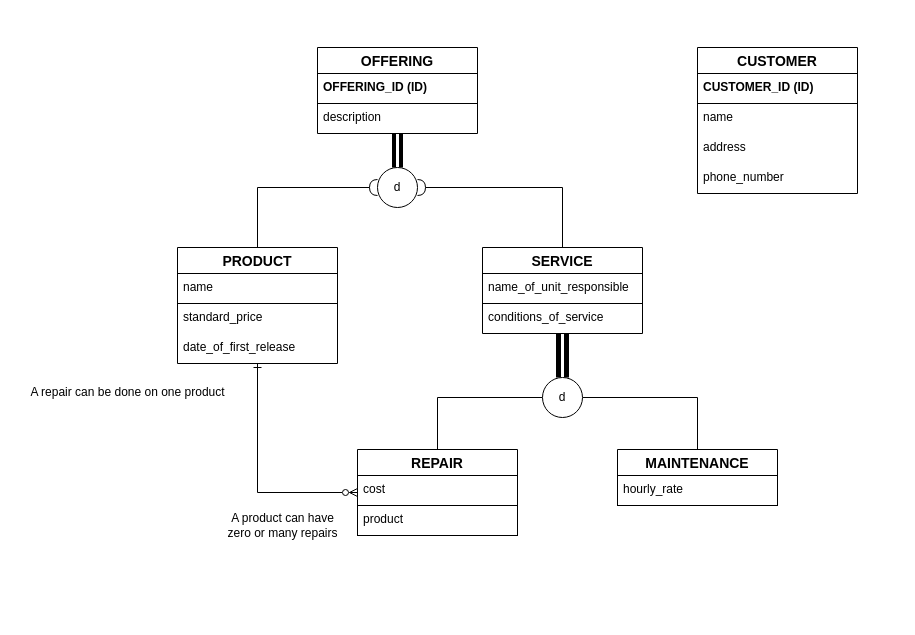
The draw.io diagram page "Exercise 2" (2 of 2) of Feb10ERD.drawio in robeeds/is380-drawio, before the edit. Source tidied: cells renumbered, new cells numbered last; positions are measured from the earlier drawing's top-left corner, leaving out a move shared by most shapes. Both pictures are drawn from the tidied source at 100%, with x=0, y=0 at pixel (17, 47).
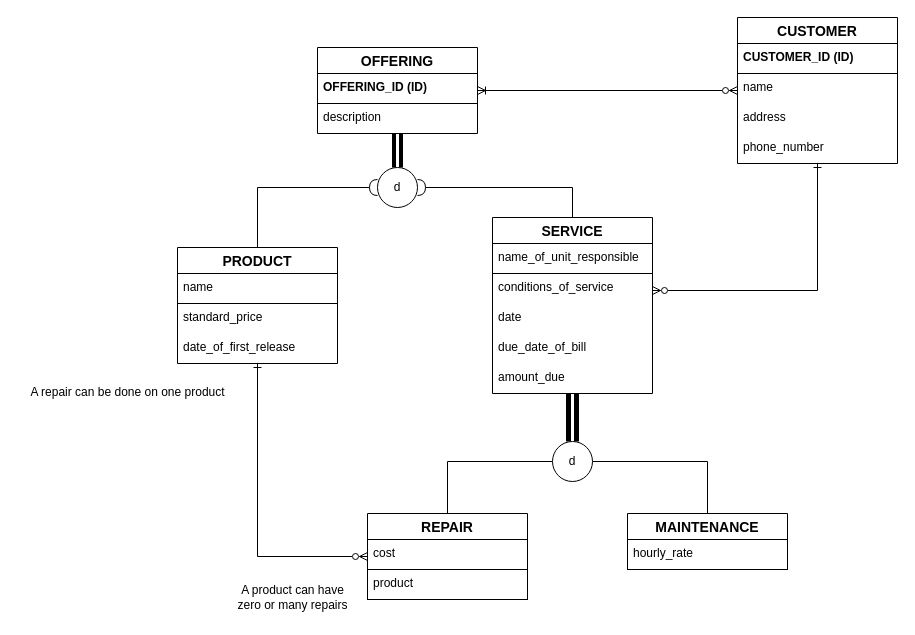
The same diagram, later.

The change refers to these unchanged cells:
```xml
<mxCell id="3" value="OFFERING" style="swimlane;fontStyle=1;horizontal=1;startSize=26;align=center;fontSize=14;" parent="1" vertex="1">
  <mxGeometry x="300" width="160" height="86" as="geometry" />
</mxCell>
```

Diff of the diagram source:
```diff
@@
     <mxCell id="14" value="SERVICE" style="swimlane;fontStyle=1;horizontal=1;startSize=26;align=center;fontSize=14;" parent="1" vertex="1">
-      <mxGeometry x="465" y="200" width="160" height="86" as="geometry" />
+      <mxGeometry x="475" y="170" width="160" height="176" as="geometry" />
     </mxCell>
@@
+    <mxCell id="33" value="date" style="text;strokeColor=none;fillColor=none;spacingLeft=4;spacingRight=4;overflow=hidden;fontSize=12;whiteSpace=wrap;html=1;" parent="14" vertex="1">
+      <mxGeometry y="86" width="160" height="30" as="geometry" />
+    </mxCell>
+    <mxCell id="34" value="due_date_of_bill" style="text;strokeColor=none;fillColor=none;spacingLeft=4;spacingRight=4;overflow=hidden;fontSize=12;whiteSpace=wrap;html=1;" parent="14" vertex="1">
+      <mxGeometry y="116" width="160" height="30" as="geometry" />
+    </mxCell>
+    <mxCell id="35" value="amount_due" style="text;strokeColor=none;fillColor=none;spacingLeft=4;spacingRight=4;overflow=hidden;fontSize=12;whiteSpace=wrap;html=1;" parent="14" vertex="1">
+      <mxGeometry y="146" width="160" height="30" as="geometry" />
+    </mxCell>
@@
     <mxCell id="19" value="&lt;div&gt;d&lt;/div&gt;" style="ellipse;whiteSpace=wrap;html=1;" parent="1" vertex="1">
-      <mxGeometry x="525" y="330" width="40" height="40" as="geometry" />
+      <mxGeometry x="535" y="394" width="40" height="40" as="geometry" />
     </mxCell>
@@
     <mxCell id="21" value="REPAIR" style="swimlane;fontStyle=1;horizontal=1;startSize=26;align=center;fontSize=14;" parent="1" vertex="1">
-      <mxGeometry x="340" y="402" width="160" height="86" as="geometry" />
+      <mxGeometry x="350" y="466" width="160" height="86" as="geometry" />
     </mxCell>
@@
     <mxCell id="24" value="MAINTENANCE" style="swimlane;fontStyle=1;horizontal=1;startSize=26;align=center;fontSize=14;" parent="1" vertex="1">
-      <mxGeometry x="600" y="402" width="160" height="56" as="geometry" />
+      <mxGeometry x="610" y="466" width="160" height="56" as="geometry" />
     </mxCell>
@@
+    <mxCell id="36" style="edgeStyle=orthogonalEdgeStyle;rounded=0;jettySize=auto;html=1;startArrow=ERzeroToMany;startFill=0;endArrow=ERoneToMany;endFill=0;" parent="1" edge="1" source="26" target="3">
+      <mxGeometry relative="1" as="geometry" />
+    </mxCell>
+    <mxCell id="37" style="edgeStyle=orthogonalEdgeStyle;rounded=0;jettySize=auto;html=1;endArrow=ERzeroToMany;endFill=0;startArrow=ERone;startFill=0;" parent="1" edge="1" source="26" target="14">
+      <mxGeometry relative="1" as="geometry">
+        <Array as="points">
+          <mxPoint x="800" y="243" />
+        </Array>
+      </mxGeometry>
+    </mxCell>
     <mxCell id="26" value="CUSTOMER" style="swimlane;fontStyle=1;horizontal=1;startSize=26;align=center;fontSize=14;" parent="1" vertex="1">
-      <mxGeometry x="680" width="160" height="146" as="geometry" />
+      <mxGeometry x="720" y="-30" width="160" height="146" as="geometry" />
     </mxCell>
@@
     <mxCell id="31" value="A product can have&lt;div&gt;zero or many repairs&lt;/div&gt;" style="text;html=1;align=center;verticalAlign=middle;strokeColor=none;fillColor=none;" parent="1" vertex="1">
-      <mxGeometry x="200" y="458" width="130" height="40" as="geometry" />
+      <mxGeometry x="210" y="530" width="130" height="40" as="geometry" />
     </mxCell>
```
